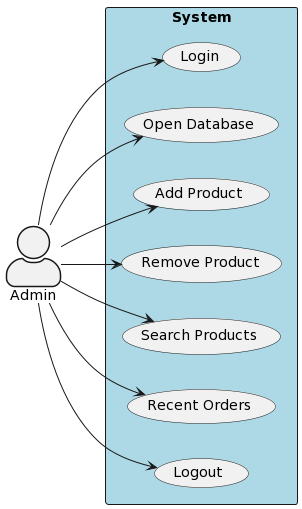
Earlier version of the PlantUML export docs/diagrams/cases/admin.png (olivialba/onlineStoreTemplate).
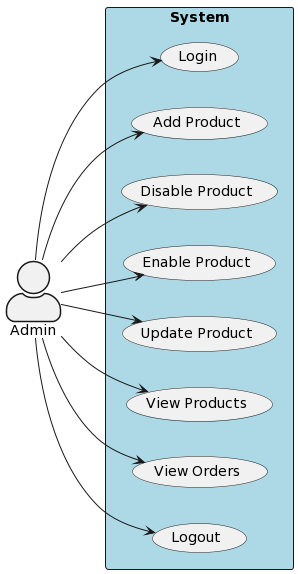
After the change.

Commit message:
Updated admin use cases to fit sequence

Diff of the diagram source:
```diff
@@ -4,18 +4,20 @@
 actor Admin
 rectangle "System" as system #lightblue {
  (Login)
- (Open Database)
  (Add Product)
- (Remove Product)
- (Search Products)
- (Recent Orders)
+ (Disable Product)
+ (Enable Product)
+ (Update Product)
+ (View Products)
+ (View Orders)
  (Logout)
 }
 Admin --> (Login)
-Admin --> (Open Database)
 Admin --> (Add Product)
-Admin --> (Remove Product)
-Admin --> (Search Products)
-Admin --> (Recent Orders)
+Admin --> (Disable Product)
+Admin --> (Enable Product)
+Admin --> (Update Product)
+Admin --> (View Products)
+Admin --> (View Orders)
 Admin --> (Logout)
 @enduml
```
